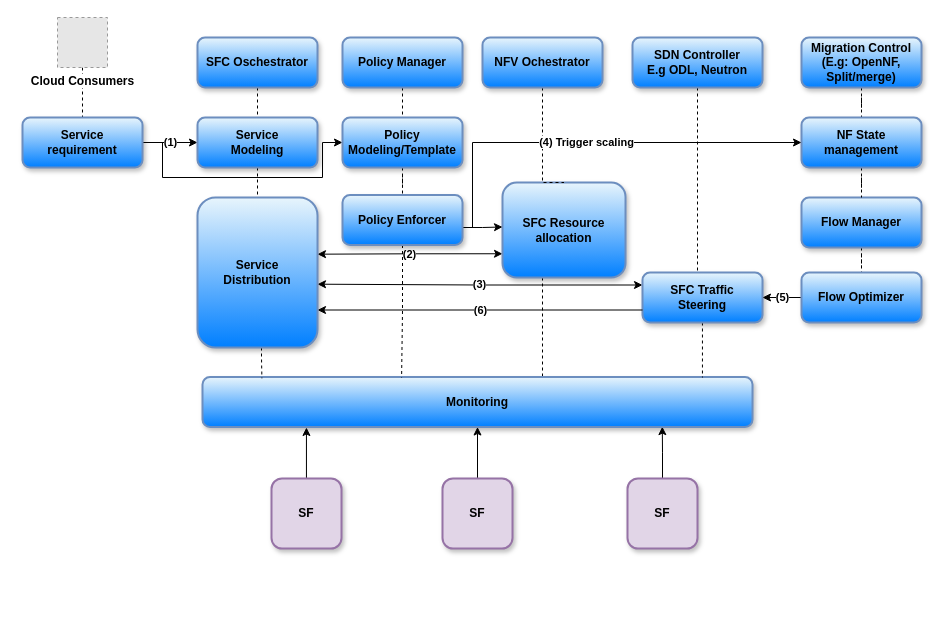
nhbinh/draw.io keeps this draw.io diagram as Elastic flow management flow diagram.drawio. Above is the earlier version. Source tidied: cells renumbered, new cells numbered last; positions are measured from the earlier drawing's top-left corner, leaving out a move shared by most shapes. Both pictures are drawn from the tidied source at 100%, with x=0, y=0 at pixel (22, 17). Pictures stored in the file or linked from it are replaced by grey dashed boxes.
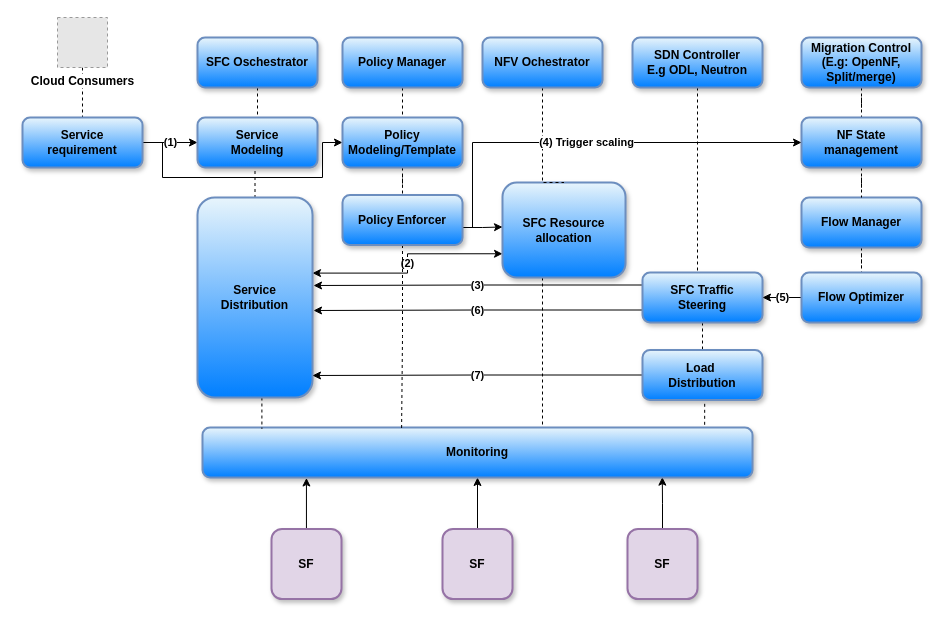
Above is the later version.

The change refers to these unchanged cells:
```xml
<mxCell id="31" value="&lt;b&gt;SFC Traffic &lt;br&gt;Steering&lt;br&gt;&lt;/b&gt;" style="rounded=1;whiteSpace=wrap;html=1;fillColor=#E8F5FC;strokeColor=#6c8ebf;gradientColor=#007FFF;strokeWidth=2;glass=0;shadow=1;comic=0;" parent="1" vertex="1">
  <mxGeometry x="620" y="255" width="120" height="50" as="geometry" />
</mxCell>
```

The edit, as a diff of the source:
```diff
@@
     <mxCell id="7" value="&lt;b&gt;SF&lt;/b&gt;" style="whiteSpace=wrap;html=1;rounded=1;shadow=1;glass=0;comic=0;strokeWidth=2;fillColor=#e1d5e7;strokeColor=#9673a6;gradientDirection=north;flipH=1;" parent="1" vertex="1">
-      <mxGeometry x="249" y="461" width="70" height="70" as="geometry" />
+      <mxGeometry x="249" y="511.5" width="70" height="70" as="geometry" />
     </mxCell>
@@
     <mxCell id="9" value="&lt;b&gt;SF&lt;/b&gt;" style="whiteSpace=wrap;html=1;rounded=1;shadow=1;glass=0;comic=0;strokeWidth=2;fillColor=#e1d5e7;strokeColor=#9673a6;gradientDirection=north;flipH=1;" parent="1" vertex="1">
-      <mxGeometry x="420" y="461" width="70" height="70" as="geometry" />
+      <mxGeometry x="420" y="511.5" width="70" height="70" as="geometry" />
     </mxCell>
@@
     <mxCell id="11" value="&lt;b&gt;SF&lt;/b&gt;" style="whiteSpace=wrap;html=1;rounded=1;shadow=1;glass=0;comic=0;strokeWidth=2;fillColor=#e1d5e7;strokeColor=#9673a6;gradientDirection=north;flipH=1;" parent="1" vertex="1">
-      <mxGeometry x="605" y="461" width="70" height="70" as="geometry" />
+      <mxGeometry x="605" y="511.5" width="70" height="70" as="geometry" />
     </mxCell>
@@
     <mxCell id="19" value="&lt;b&gt;Monitoring&lt;br&gt;&lt;/b&gt;" style="rounded=1;whiteSpace=wrap;html=1;fillColor=#E8F5FC;strokeColor=#6c8ebf;gradientColor=#007FFF;strokeWidth=2;glass=0;shadow=1;comic=0;" parent="1" vertex="1">
-      <mxGeometry x="180" y="359.5" width="550" height="50" as="geometry" />
+      <mxGeometry x="180" y="410" width="550" height="50" as="geometry" />
     </mxCell>
@@
-    <mxCell id="29" style="edgeStyle=orthogonalEdgeStyle;rounded=0;jettySize=auto;html=1;entryX=0.909;entryY=0.01;entryDx=0;entryDy=0;entryPerimeter=0;dashed=1;endArrow=none;endFill=0;" parent="1" edge="1" source="31" target="19">
-      <mxGeometry relative="1" as="geometry" />
-    </mxCell>
+    <mxCell id="47" style="edgeStyle=orthogonalEdgeStyle;rounded=0;jettySize=auto;html=1;exitX=0.5;exitY=1;exitDx=0;exitDy=0;entryX=0.5;entryY=0;entryDx=0;entryDy=0;dashed=1;endArrow=none;endFill=0;" parent="1" edge="1" source="31" target="50">
+      <mxGeometry relative="1" as="geometry" />
+    </mxCell>
+    <mxCell id="35" value="&lt;b&gt;(6)&lt;/b&gt;" style="edgeStyle=orthogonalEdgeStyle;rounded=0;jettySize=auto;html=1;exitX=0;exitY=0.75;exitDx=0;exitDy=0;entryX=1.009;entryY=0.565;entryDx=0;entryDy=0;entryPerimeter=0;endArrow=classic;endFill=1;" parent="1" edge="1" source="31" target="36">
+      <mxGeometry relative="1" as="geometry" />
+    </mxCell>
-    <mxCell id="30" value="&lt;b&gt;(3)&lt;/b&gt;" style="edgeStyle=orthogonalEdgeStyle;rounded=0;jettySize=auto;html=1;exitX=0;exitY=0.25;exitDx=0;exitDy=0;entryX=1;entryY=0.578;entryDx=0;entryDy=0;entryPerimeter=0;endArrow=classic;endFill=1;startArrow=classic;startFill=1;" parent="1" edge="1" source="31" target="36">
-      <mxGeometry relative="1" as="geometry">
-        <Array as="points">
-          <mxPoint x="458" y="268" />
-        </Array>
-      </mxGeometry>
+    <mxCell id="30" value="&lt;b&gt;(3)&lt;/b&gt;" style="edgeStyle=orthogonalEdgeStyle;rounded=0;jettySize=auto;html=1;exitX=0;exitY=0.25;exitDx=0;exitDy=0;entryX=1.009;entryY=0.44;entryDx=0;entryDy=0;entryPerimeter=0;endArrow=classic;endFill=1;" parent="1" edge="1" source="31" target="36">
+      <mxGeometry relative="1" as="geometry" />
     </mxCell>
@@
-    <mxCell id="35" value="&lt;b&gt;(6)&lt;/b&gt;" style="edgeStyle=orthogonalEdgeStyle;rounded=0;jettySize=auto;html=1;exitX=1;exitY=0.75;exitDx=0;exitDy=0;entryX=0;entryY=0.75;entryDx=0;entryDy=0;endArrow=none;endFill=0;startArrow=classic;startFill=1;" parent="1" edge="1" source="36" target="31">
-      <mxGeometry relative="1" as="geometry" />
-    </mxCell>
     <mxCell id="36" value="&lt;b&gt;Service &lt;br&gt;Distribution&lt;br&gt;&lt;/b&gt;" style="rounded=1;whiteSpace=wrap;html=1;fillColor=#E8F5FC;strokeColor=#6c8ebf;gradientColor=#007FFF;strokeWidth=2;glass=0;shadow=1;comic=0;" parent="1" vertex="1">
-      <mxGeometry x="175" y="180" width="120" height="150" as="geometry" />
+      <mxGeometry x="175" y="180" width="115" height="200" as="geometry" />
     </mxCell>
@@
+    <mxCell id="48" style="edgeStyle=orthogonalEdgeStyle;rounded=0;jettySize=auto;html=1;exitX=0.5;exitY=1;exitDx=0;exitDy=0;entryX=0.913;entryY=0;entryDx=0;entryDy=0;entryPerimeter=0;dashed=1;endArrow=none;endFill=0;" parent="1" edge="1" source="50" target="19">
+      <mxGeometry relative="1" as="geometry" />
+    </mxCell>
+    <mxCell id="49" value="&lt;b&gt;(7)&lt;/b&gt;" style="edgeStyle=orthogonalEdgeStyle;rounded=0;jettySize=auto;html=1;exitX=0;exitY=0.5;exitDx=0;exitDy=0;entryX=1;entryY=0.89;entryDx=0;entryDy=0;entryPerimeter=0;endArrow=classic;endFill=1;" parent="1" edge="1" source="50" target="36">
+      <mxGeometry relative="1" as="geometry" />
+    </mxCell>
+    <mxCell id="50" value="&lt;b&gt;Load&amp;nbsp;&lt;br&gt;Distribution&lt;br&gt;&lt;/b&gt;" style="rounded=1;whiteSpace=wrap;html=1;fillColor=#E8F5FC;strokeColor=#6c8ebf;gradientColor=#007FFF;strokeWidth=2;glass=0;shadow=1;comic=0;" parent="1" vertex="1">
+      <mxGeometry x="620" y="332.5" width="120" height="50" as="geometry" />
+    </mxCell>
```
